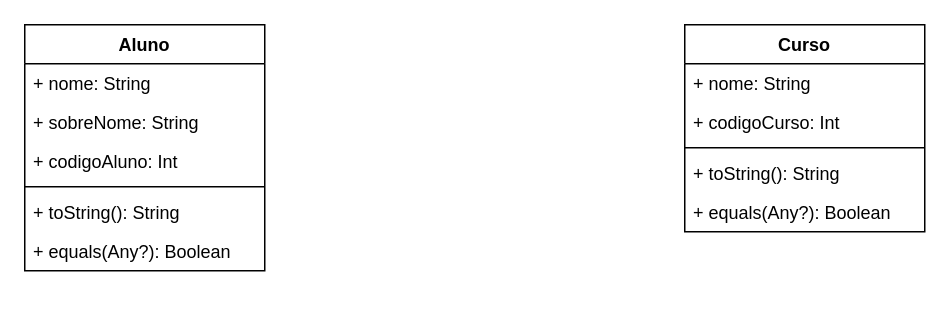
The draw.io diagram DesafioKotlinUML.drawio in mtrindade8/DesafioKotlin_DigitalHouseMobile, before the edit. Source tidied: cells renumbered, new cells numbered last; positions are measured from the earlier drawing's top-left corner, leaving out a move shared by most shapes. Both pictures are drawn from the tidied source at 150%, with x=0, y=0 at pixel (24, 24).
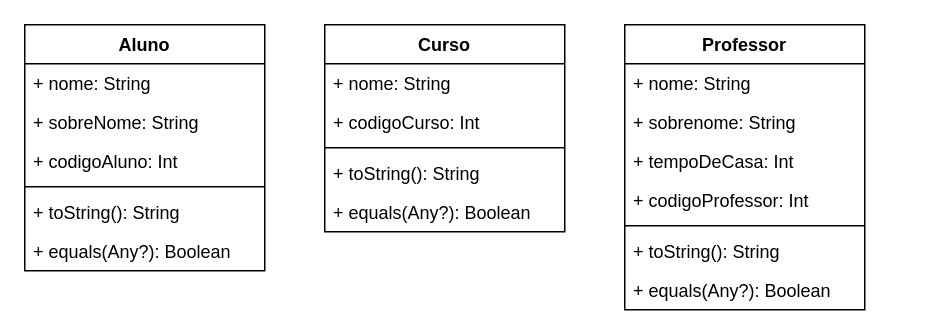
The same page after the edit.

The edit, as a diff of the source:
```diff
@@
     <mxCell id="9" value="Curso" style="swimlane;fontStyle=1;align=center;verticalAlign=top;horizontal=1;startSize=26;" parent="1" vertex="1">
-      <mxGeometry x="440" width="160" height="138" as="geometry" />
+      <mxGeometry x="200" width="160" height="138" as="geometry" />
     </mxCell>
@@
+    <mxCell id="15" value="Professor" style="swimlane;fontStyle=1;align=center;verticalAlign=top;horizontal=1;startSize=26;" parent="1" vertex="1">
+      <mxGeometry x="400" width="160" height="190" as="geometry" />
+    </mxCell>
+    <mxCell id="16" value="+ nome: String" style="text;strokeColor=none;fillColor=none;align=left;verticalAlign=top;spacingLeft=4;spacingRight=4;overflow=hidden;" parent="15" vertex="1">
+      <mxGeometry y="26" width="160" height="26" as="geometry" />
+    </mxCell>
+    <mxCell id="17" value="+ sobrenome: String" style="text;strokeColor=none;fillColor=none;align=left;verticalAlign=top;spacingLeft=4;spacingRight=4;overflow=hidden;" parent="15" vertex="1">
+      <mxGeometry y="52" width="160" height="26" as="geometry" />
+    </mxCell>
+    <mxCell id="18" value="+ tempoDeCasa: Int" style="text;strokeColor=none;fillColor=none;align=left;verticalAlign=top;spacingLeft=4;spacingRight=4;overflow=hidden;" parent="15" vertex="1">
+      <mxGeometry y="78" width="160" height="26" as="geometry" />
+    </mxCell>
+    <mxCell id="19" value="+ codigoProfessor: Int" style="text;strokeColor=none;fillColor=none;align=left;verticalAlign=top;spacingLeft=4;spacingRight=4;overflow=hidden;" parent="15" vertex="1">
+      <mxGeometry y="104" width="160" height="26" as="geometry" />
+    </mxCell>
+    <mxCell id="20" style="line;strokeWidth=1;fillColor=none;align=left;verticalAlign=middle;spacingTop=-1;spacingLeft=3;spacingRight=3;labelPosition=right;" parent="15" vertex="1">
+      <mxGeometry y="130" width="160" height="8" as="geometry" />
+    </mxCell>
+    <mxCell id="21" value="+ toString(): String" style="text;strokeColor=none;fillColor=none;align=left;verticalAlign=top;spacingLeft=4;spacingRight=4;overflow=hidden;" parent="15" vertex="1">
+      <mxGeometry y="138" width="160" height="26" as="geometry" />
+    </mxCell>
+    <mxCell id="22" value="+ equals(Any?): Boolean" style="text;strokeColor=none;fillColor=none;align=left;verticalAlign=top;spacingLeft=4;spacingRight=4;overflow=hidden;" parent="15" vertex="1">
+      <mxGeometry y="164" width="160" height="26" as="geometry" />
+    </mxCell>
```
